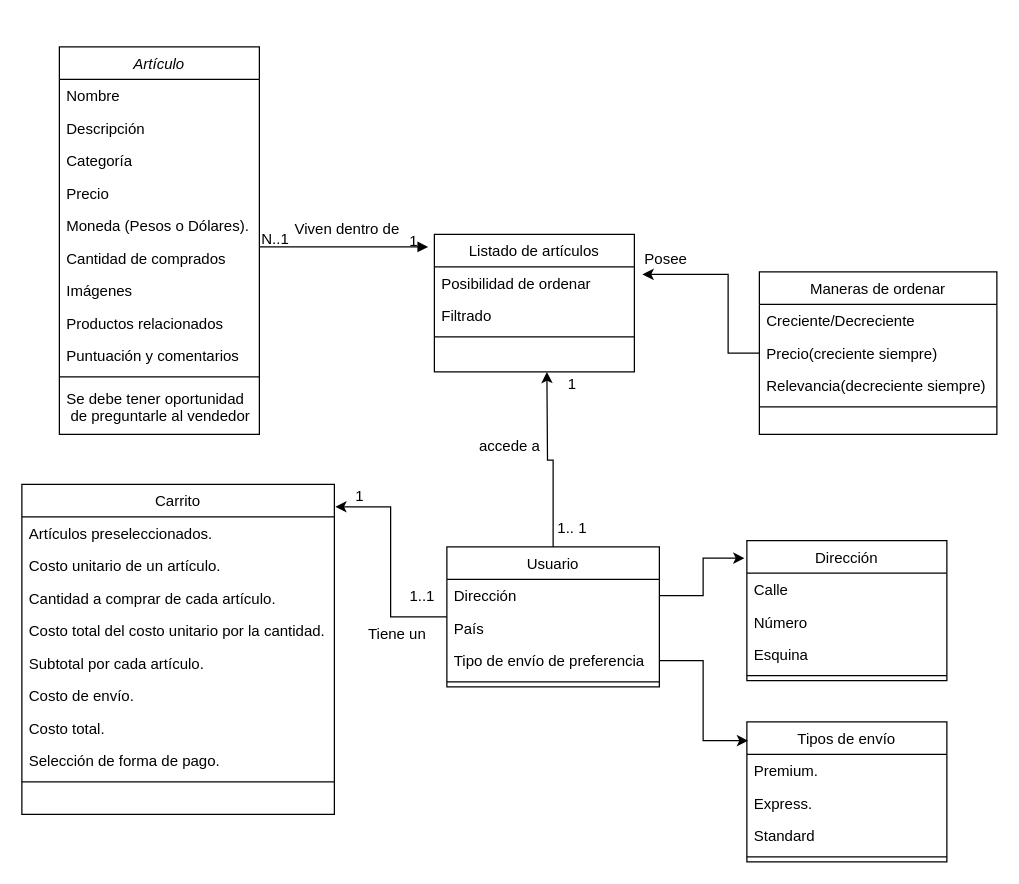
ianarazny/works keeps this draw.io diagram as Untitled Diagram.drawio. Above is the earlier version. Source tidied: cells renumbered, new cells numbered last; positions are measured from the earlier drawing's top-left corner, leaving out a move shared by most shapes. Both pictures are drawn from the tidied source at 125%, with x=0, y=0 at pixel (21, 46).
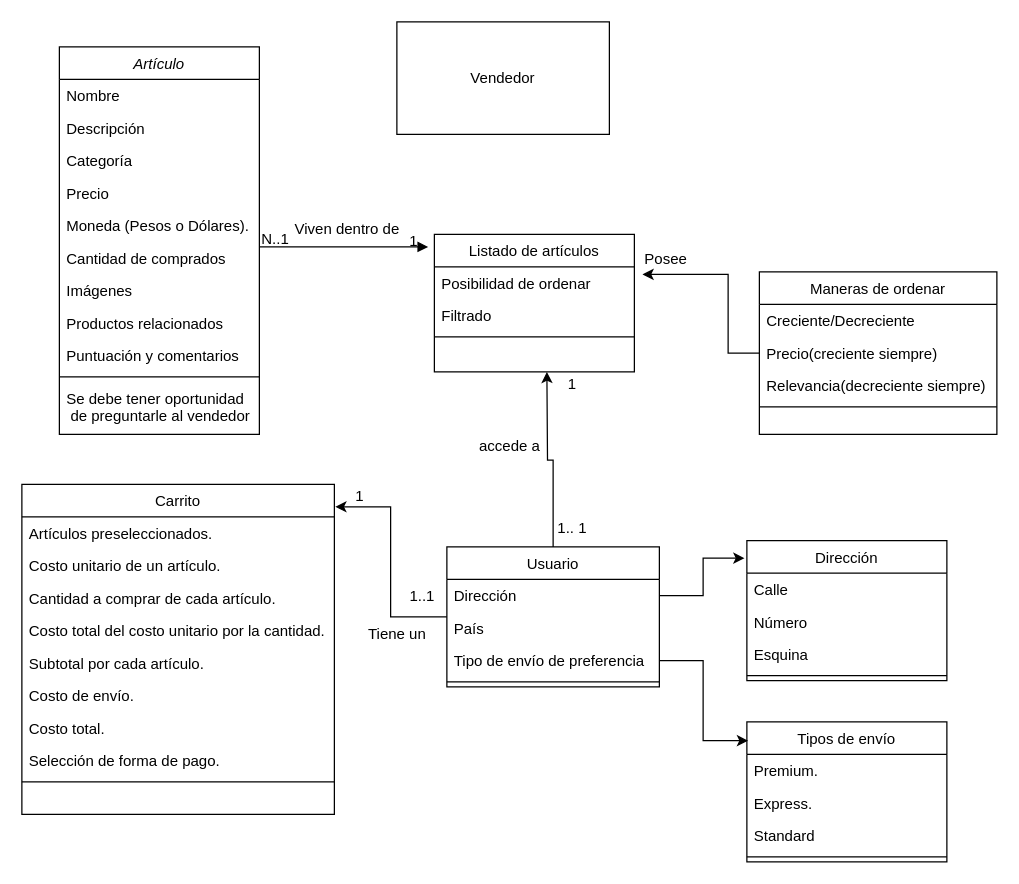
The same page after the edit.

Change to the diagram source:
```diff
@@
+    <mxCell id="64" value="Vendedor" style="rounded=0;whiteSpace=wrap;html=1;" parent="1" vertex="1">
+      <mxGeometry x="300" y="-20" width="170" height="90" as="geometry" />
+    </mxCell>
```
